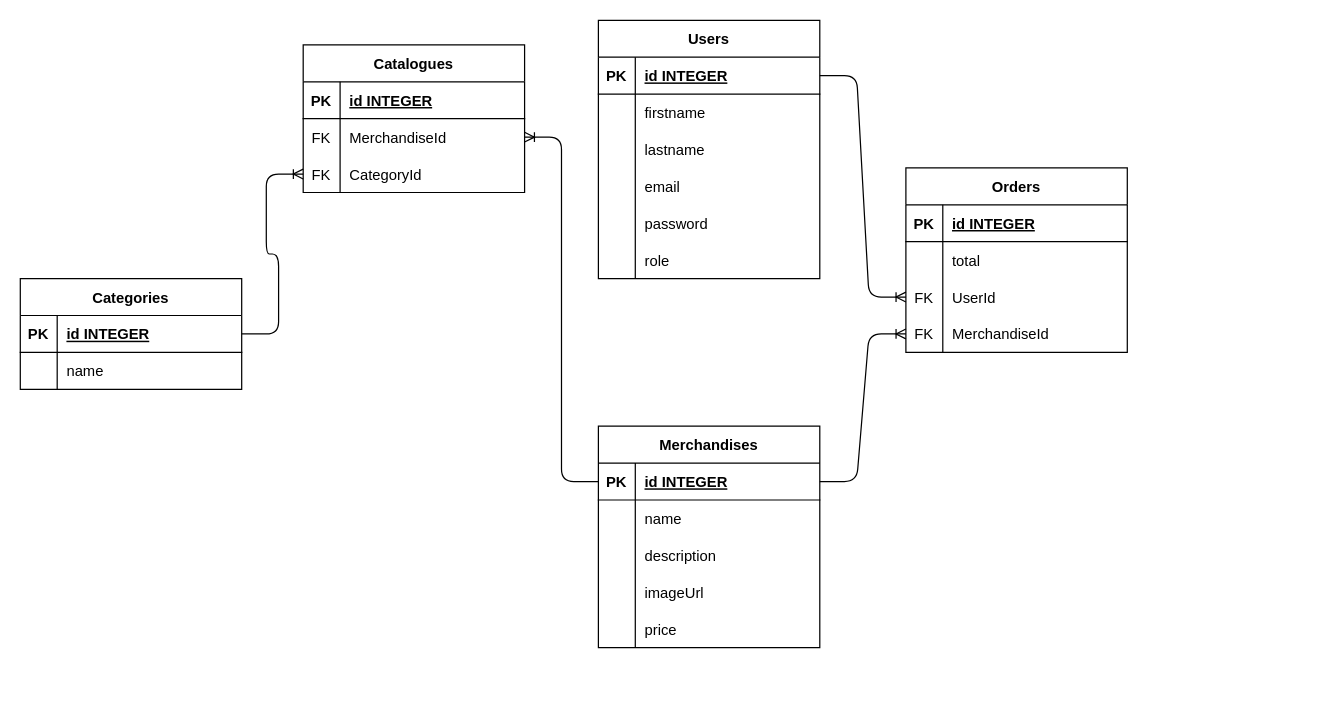
Above: server/ERD.drawio in Rifandye/Manchester-United-Website-Clone (draw.io), before the change. Source tidied: cells renumbered, new cells numbered last; positions are measured from the earlier drawing's top-left corner, leaving out a move shared by most shapes. Both pictures are drawn from the tidied source at 123%, with x=0, y=0 at pixel (20, 20).
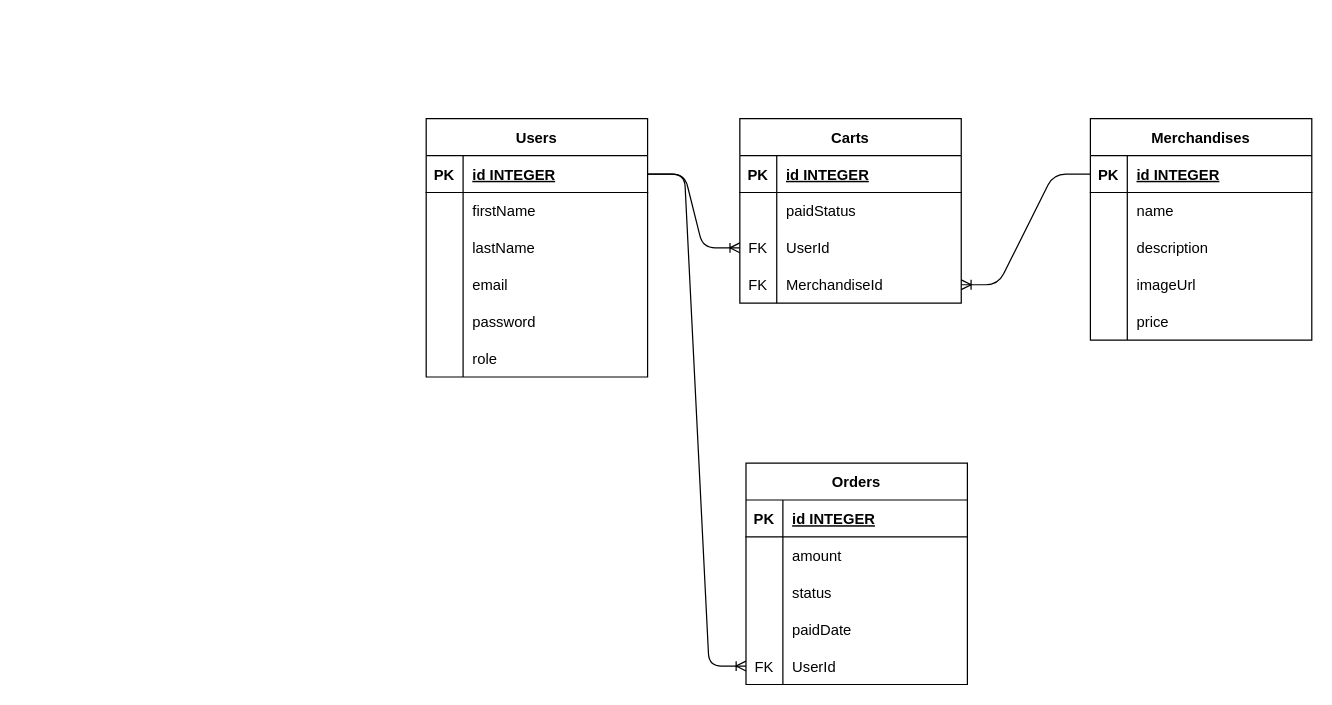
Above is the later version.

The change refers to these unchanged cells:
```xml
<mxCell id="3" style="shape=tableRow;horizontal=0;startSize=0;swimlaneHead=0;swimlaneBody=0;fillColor=none;points=[[0,0.5],[1,0.5]];portConstraint=eastwest;top=0;left=0;right=0;bottom=1;" parent="2" vertex="1">
  <mxGeometry y="30" width="180" height="30" as="geometry" />
</mxCell>
<mxCell id="6" style="shape=tableRow;horizontal=0;startSize=0;swimlaneHead=0;swimlaneBody=0;fillColor=none;top=0;left=0;right=0;bottom=0;" parent="2" vertex="1">
  <mxGeometry y="60" width="180" height="30" as="geometry" />
</mxCell>
<mxCell id="9" style="shape=tableRow;horizontal=0;startSize=0;swimlaneHead=0;swimlaneBody=0;fillColor=none;top=0;left=0;right=0;bottom=0;" parent="2" vertex="1">
  <mxGeometry y="90" width="180" height="30" as="geometry" />
</mxCell>
<mxCell id="22" style="shape=tableRow;horizontal=0;startSize=0;swimlaneHead=0;swimlaneBody=0;fillColor=none;points=[[0,0.5],[1,0.5]];portConstraint=eastwest;top=0;left=0;right=0;bottom=1;" parent="21" vertex="1">
  <mxGeometry y="30" width="180" height="30" as="geometry" />
</mxCell>
```

The edit, as a diff of the source:
```diff
@@
     <mxCell id="2" value="Users" style="shape=table;startSize=30;childLayout=tableLayout;rowLines=0;fontStyle=1;align=center;" parent="1" vertex="1">
-      <mxGeometry x="470" width="180" height="210" as="geometry" />
+      <mxGeometry x="330" y="80" width="180" height="210" as="geometry" />
     </mxCell>
@@
-    <mxCell id="8" value="firstname" style="shape=partialRectangle;fillColor=none;top=0;left=0;bottom=0;right=0;align=left;spacingLeft=6;overflow=hidden;" parent="6" vertex="1">
+    <mxCell id="8" value="firstName" style="shape=partialRectangle;fillColor=none;top=0;left=0;bottom=0;right=0;align=left;spacingLeft=6;overflow=hidden;" parent="6" vertex="1">
       <mxGeometry x="30" width="150" height="30" as="geometry" />
     </mxCell>
@@
-    <mxCell id="11" value="lastname" style="shape=partialRectangle;fillColor=none;top=0;left=0;bottom=0;right=0;align=left;spacingLeft=6;overflow=hidden;" parent="9" vertex="1">
+    <mxCell id="11" value="lastName" style="shape=partialRectangle;fillColor=none;top=0;left=0;bottom=0;right=0;align=left;spacingLeft=6;overflow=hidden;" parent="9" vertex="1">
       <mxGeometry x="30" width="150" height="30" as="geometry" />
     </mxCell>
@@
     <mxCell id="21" value="Merchandises" style="shape=table;startSize=30;childLayout=tableLayout;rowLines=0;fontStyle=1;align=center;" parent="1" vertex="1">
-      <mxGeometry x="470" y="330" width="180" height="180" as="geometry" />
+      <mxGeometry x="870" y="80" width="180" height="180" as="geometry" />
     </mxCell>
@@
+    <mxCell id="71" value="Carts" style="shape=table;startSize=30;childLayout=tableLayout;rowLines=0;fontStyle=1;align=center;" parent="1" vertex="1">
+      <mxGeometry x="585" y="80" width="180" height="150" as="geometry" />
+    </mxCell>
+    <mxCell id="72" style="shape=tableRow;horizontal=0;startSize=0;swimlaneHead=0;swimlaneBody=0;fillColor=none;top=0;left=0;right=0;bottom=1;" parent="71" vertex="1">
+      <mxGeometry y="30" width="180" height="30" as="geometry" />
+    </mxCell>
+    <mxCell id="73" value="PK" style="shape=partialRectangle;fillColor=none;top=0;left=0;bottom=0;right=0;fontStyle=1;overflow=hidden;" parent="72" vertex="1">
+      <mxGeometry width="30" height="30" as="geometry" />
+    </mxCell>
-    <mxCell id="37" value="Categories" style="shape=table;startSize=30;childLayout=tableLayout;rowLines=0;fontStyle=1;align=center;" parent="1" vertex="1">
-      <mxGeometry y="210" width="180" height="90" as="geometry" />
+    <mxCell id="37" value="id INTEGER" style="shape=partialRectangle;fillColor=none;top=0;left=0;bottom=0;right=0;align=left;spacingLeft=6;fontStyle=5;overflow=hidden;" parent="72" vertex="1">
+      <mxGeometry x="30" width="150" height="30" as="geometry" />
     </mxCell>
-    <mxCell id="38" style="shape=tableRow;horizontal=0;startSize=0;swimlaneHead=0;swimlaneBody=0;fillColor=none;points=[[0,0.5],[1,0.5]];portConstraint=eastwest;top=0;left=0;right=0;bottom=1;" parent="37" vertex="1">
-      <mxGeometry y="30" width="180" height="30" as="geometry" />
+    <mxCell id="38" style="shape=tableRow;horizontal=0;startSize=0;swimlaneHead=0;swimlaneBody=0;fillColor=none;points=[[0,0.5],[1,0.5]];portConstraint=eastwest;top=0;left=0;right=0;bottom=0;" parent="71" vertex="1">
+      <mxGeometry y="60" width="180" height="30" as="geometry" />
     </mxCell>
-    <mxCell id="39" value="PK" style="shape=partialRectangle;fillColor=none;top=0;left=0;bottom=0;right=0;fontStyle=1;overflow=hidden;" parent="38" vertex="1">
+    <mxCell id="39" style="shape=partialRectangle;fillColor=none;top=0;left=0;bottom=0;right=0;overflow=hidden;" parent="38" vertex="1">
       <mxGeometry width="30" height="30" as="geometry" />
     </mxCell>
-    <mxCell id="40" value="id INTEGER" style="shape=partialRectangle;fillColor=none;top=0;left=0;bottom=0;right=0;align=left;spacingLeft=6;fontStyle=5;overflow=hidden;" parent="38" vertex="1">
+    <mxCell id="40" value="paidStatus" style="shape=partialRectangle;fillColor=none;top=0;left=0;bottom=0;right=0;align=left;spacingLeft=6;overflow=hidden;" parent="38" vertex="1">
       <mxGeometry x="30" width="150" height="30" as="geometry" />
     </mxCell>
+    <mxCell id="66" style="shape=tableRow;horizontal=0;startSize=0;swimlaneHead=0;swimlaneBody=0;fillColor=none;points=[[0,0.5],[1,0.5]];portConstraint=eastwest;top=0;left=0;right=0;bottom=0;" parent="71" vertex="1">
+      <mxGeometry y="90" width="180" height="30" as="geometry" />
+    </mxCell>
+    <mxCell id="74" value="FK" style="shape=partialRectangle;fillColor=none;top=0;left=0;bottom=0;right=0;overflow=hidden;" parent="66" vertex="1">
+      <mxGeometry width="30" height="30" as="geometry" />
+    </mxCell>
+    <mxCell id="75" value="UserId" style="shape=partialRectangle;fillColor=none;top=0;left=0;bottom=0;right=0;align=left;spacingLeft=6;overflow=hidden;" parent="66" vertex="1">
+      <mxGeometry x="30" width="150" height="30" as="geometry" />
+    </mxCell>
-    <mxCell id="41" style="shape=tableRow;horizontal=0;startSize=0;swimlaneHead=0;swimlaneBody=0;fillColor=none;points=[[0,0.5],[1,0.5]];portConstraint=eastwest;top=0;left=0;right=0;bottom=0;" parent="37" vertex="1">
-      <mxGeometry y="60" width="180" height="30" as="geometry" />
+    <mxCell id="41" style="shape=tableRow;horizontal=0;startSize=0;swimlaneHead=0;swimlaneBody=0;fillColor=none;points=[[0,0.5],[1,0.5]];portConstraint=eastwest;top=0;left=0;right=0;bottom=0;" parent="71" vertex="1">
+      <mxGeometry y="120" width="180" height="30" as="geometry" />
     </mxCell>
-    <mxCell id="42" style="shape=partialRectangle;fillColor=none;top=0;left=0;bottom=0;right=0;overflow=hidden;" parent="41" vertex="1">
+    <mxCell id="42" value="FK" style="shape=partialRectangle;fillColor=none;top=0;left=0;bottom=0;right=0;overflow=hidden;" parent="41" vertex="1">
       <mxGeometry width="30" height="30" as="geometry" />
     </mxCell>
-    <mxCell id="43" value="name" style="shape=partialRectangle;fillColor=none;top=0;left=0;bottom=0;right=0;align=left;spacingLeft=6;overflow=hidden;" parent="41" vertex="1">
+    <mxCell id="43" value="MerchandiseId" style="shape=partialRectangle;fillColor=none;top=0;left=0;bottom=0;right=0;align=left;spacingLeft=6;overflow=hidden;" parent="41" vertex="1">
       <mxGeometry x="30" width="150" height="30" as="geometry" />
     </mxCell>
-    <mxCell id="44" value="Orders" style="shape=table;startSize=30;childLayout=tableLayout;rowLines=0;fontStyle=1;align=center;" parent="1" vertex="1">
-      <mxGeometry x="720" y="120" width="180" height="150" as="geometry" />
+    <mxCell id="44" style="edgeStyle=entityRelationEdgeStyle;fontSize=12;html=1;endArrow=ERoneToMany;exitX=1;exitY=0.5;exitDx=0;exitDy=0;" parent="1" edge="1" source="3" target="66">
+      <mxGeometry relative="1" as="geometry" />
     </mxCell>
-    <mxCell id="45" style="shape=tableRow;horizontal=0;startSize=0;swimlaneHead=0;swimlaneBody=0;fillColor=none;top=0;left=0;right=0;bottom=1;" parent="44" vertex="1">
-      <mxGeometry y="30" width="180" height="30" as="geometry" />
+    <mxCell id="45" style="edgeStyle=entityRelationEdgeStyle;fontSize=12;html=1;endArrow=ERoneToMany;exitX=0;exitY=0.5;exitDx=0;exitDy=0;entryX=1;entryY=0.5;entryDx=0;entryDy=0;" parent="1" edge="1" source="22" target="41">
+      <mxGeometry relative="1" as="geometry" />
     </mxCell>
-    <mxCell id="46" value="PK" style="shape=partialRectangle;fillColor=none;top=0;left=0;bottom=0;right=0;fontStyle=1;overflow=hidden;" parent="45" vertex="1">
-      <mxGeometry width="30" height="30" as="geometry" />
+    <mxCell id="46" value="Orders" style="shape=table;startSize=30;childLayout=tableLayout;rowLines=0;fontStyle=1;align=center;" parent="1" vertex="1">
+      <mxGeometry x="590" y="360" width="180" height="180" as="geometry" />
     </mxCell>
-    <mxCell id="47" value="id INTEGER" style="shape=partialRectangle;fillColor=none;top=0;left=0;bottom=0;right=0;align=left;spacingLeft=6;fontStyle=5;overflow=hidden;" parent="45" vertex="1">
-      <mxGeometry x="30" width="150" height="30" as="geometry" />
+    <mxCell id="47" style="shape=tableRow;horizontal=0;startSize=0;swimlaneHead=0;swimlaneBody=0;fillColor=none;top=0;left=0;right=0;bottom=1;" parent="46" vertex="1">
+      <mxGeometry y="30" width="180" height="30" as="geometry" />
     </mxCell>
-    <mxCell id="48" style="shape=tableRow;horizontal=0;startSize=0;swimlaneHead=0;swimlaneBody=0;fillColor=none;top=0;left=0;right=0;bottom=0;" parent="44" vertex="1">
-      <mxGeometry y="60" width="180" height="30" as="geometry" />
-    </mxCell>
-    <mxCell id="49" style="shape=partialRectangle;fillColor=none;top=0;left=0;bottom=0;right=0;overflow=hidden;" parent="48" vertex="1">
-      <mxGeometry width="30" height="30" as="geometry" />
-    </mxCell>
-    <mxCell id="50" value="total" style="shape=partialRectangle;fillColor=none;top=0;left=0;bottom=0;right=0;align=left;spacingLeft=6;overflow=hidden;" parent="48" vertex="1">
-      <mxGeometry x="30" width="150" height="30" as="geometry" />
-    </mxCell>
-    <mxCell id="51" style="shape=tableRow;horizontal=0;startSize=0;swimlaneHead=0;swimlaneBody=0;fillColor=none;points=[[0,0.5],[1,0.5]];portConstraint=eastwest;top=0;left=0;right=0;bottom=0;" parent="44" vertex="1">
-      <mxGeometry y="90" width="180" height="30" as="geometry" />
+    <mxCell id="51" value="PK" style="shape=partialRectangle;fillColor=none;top=0;left=0;bottom=0;right=0;fontStyle=1;overflow=hidden;" parent="47" vertex="1">
+      <mxGeometry width="30" height="30" as="geometry" />
     </mxCell>
-    <mxCell id="52" value="FK" style="shape=partialRectangle;fillColor=none;top=0;left=0;bottom=0;right=0;overflow=hidden;" parent="51" vertex="1">
-      <mxGeometry width="30" height="30" as="geometry" />
+    <mxCell id="52" value="id INTEGER" style="shape=partialRectangle;fillColor=none;top=0;left=0;bottom=0;right=0;align=left;spacingLeft=6;fontStyle=5;overflow=hidden;" parent="47" vertex="1">
+      <mxGeometry x="30" width="150" height="30" as="geometry" />
     </mxCell>
-    <mxCell id="53" value="UserId" style="shape=partialRectangle;fillColor=none;top=0;left=0;bottom=0;right=0;align=left;spacingLeft=6;overflow=hidden;" parent="51" vertex="1">
-      <mxGeometry x="30" width="150" height="30" as="geometry" />
+    <mxCell id="53" style="shape=tableRow;horizontal=0;startSize=0;swimlaneHead=0;swimlaneBody=0;fillColor=none;top=0;left=0;right=0;bottom=0;" parent="46" vertex="1">
+      <mxGeometry y="60" width="180" height="30" as="geometry" />
     </mxCell>
-    <mxCell id="54" style="shape=tableRow;horizontal=0;startSize=0;swimlaneHead=0;swimlaneBody=0;fillColor=none;points=[[0,0.5],[1,0.5]];portConstraint=eastwest;top=0;left=0;right=0;bottom=0;" parent="44" vertex="1">
-      <mxGeometry y="120" width="180" height="30" as="geometry" />
+    <mxCell id="54" style="shape=partialRectangle;fillColor=none;top=0;left=0;bottom=0;right=0;overflow=hidden;" parent="53" vertex="1">
+      <mxGeometry width="30" height="30" as="geometry" />
     </mxCell>
-    <mxCell id="55" value="FK" style="shape=partialRectangle;fillColor=none;top=0;left=0;bottom=0;right=0;overflow=hidden;" parent="54" vertex="1">
-      <mxGeometry width="30" height="30" as="geometry" />
+    <mxCell id="55" value="amount" style="shape=partialRectangle;fillColor=none;top=0;left=0;bottom=0;right=0;align=left;spacingLeft=6;overflow=hidden;" parent="53" vertex="1">
+      <mxGeometry x="30" width="150" height="30" as="geometry" />
     </mxCell>
-    <mxCell id="56" value="MerchandiseId" style="shape=partialRectangle;fillColor=none;top=0;left=0;bottom=0;right=0;align=left;spacingLeft=6;overflow=hidden;" parent="54" vertex="1">
-      <mxGeometry x="30" width="150" height="30" as="geometry" />
-    </mxCell>
+    <mxCell id="50" style="shape=tableRow;horizontal=0;startSize=0;swimlaneHead=0;swimlaneBody=0;fillColor=none;top=0;left=0;right=0;bottom=0;" parent="46" vertex="1">
+      <mxGeometry y="90" width="180" height="30" as="geometry" />
+    </mxCell>
-    <mxCell id="57" style="edgeStyle=entityRelationEdgeStyle;fontSize=12;html=1;endArrow=ERoneToMany;exitX=1;exitY=0.5;exitDx=0;exitDy=0;entryX=0;entryY=0.5;entryDx=0;entryDy=0;" parent="1" edge="1" source="3" target="51">
-      <mxGeometry relative="1" as="geometry" />
+    <mxCell id="57" style="shape=partialRectangle;fillColor=none;top=0;left=0;bottom=0;right=0;overflow=hidden;" parent="50" vertex="1">
+      <mxGeometry width="30" height="30" as="geometry" />
     </mxCell>
-    <mxCell id="58" style="edgeStyle=entityRelationEdgeStyle;fontSize=12;html=1;endArrow=ERoneToMany;exitX=1;exitY=0.5;exitDx=0;exitDy=0;" parent="1" edge="1" source="22" target="54">
-      <mxGeometry relative="1" as="geometry" />
+    <mxCell id="58" value="status" style="shape=partialRectangle;fillColor=none;top=0;left=0;bottom=0;right=0;align=left;spacingLeft=6;overflow=hidden;" parent="50" vertex="1">
+      <mxGeometry x="30" width="150" height="30" as="geometry" />
     </mxCell>
+    <mxCell id="56" style="shape=tableRow;horizontal=0;startSize=0;swimlaneHead=0;swimlaneBody=0;fillColor=none;top=0;left=0;right=0;bottom=0;" parent="46" vertex="1">
+      <mxGeometry y="120" width="180" height="30" as="geometry" />
+    </mxCell>
+    <mxCell id="48" style="shape=partialRectangle;fillColor=none;top=0;left=0;bottom=0;right=0;overflow=hidden;" parent="56" vertex="1">
+      <mxGeometry width="30" height="30" as="geometry" />
+    </mxCell>
+    <mxCell id="49" value="paidDate" style="shape=partialRectangle;fillColor=none;top=0;left=0;bottom=0;right=0;align=left;spacingLeft=6;overflow=hidden;" parent="56" vertex="1">
+      <mxGeometry x="30" width="150" height="30" as="geometry" />
+    </mxCell>
-    <mxCell id="59" value="Catalogues" style="shape=table;startSize=30;childLayout=tableLayout;rowLines=0;fontStyle=1;align=center;" parent="1" vertex="1">
-      <mxGeometry x="230" y="20" width="180" height="120" as="geometry" />
+    <mxCell id="59" style="shape=tableRow;horizontal=0;startSize=0;swimlaneHead=0;swimlaneBody=0;fillColor=none;points=[[0,0.5],[1,0.5]];portConstraint=eastwest;top=0;left=0;right=0;bottom=0;" parent="46" vertex="1">
+      <mxGeometry y="150" width="180" height="30" as="geometry" />
     </mxCell>
-    <mxCell id="60" style="shape=tableRow;horizontal=0;startSize=0;swimlaneHead=0;swimlaneBody=0;fillColor=none;top=0;left=0;right=0;bottom=1;" parent="59" vertex="1">
-      <mxGeometry y="30" width="180" height="30" as="geometry" />
+    <mxCell id="60" value="FK" style="shape=partialRectangle;fillColor=none;top=0;left=0;bottom=0;right=0;overflow=hidden;" parent="59" vertex="1">
+      <mxGeometry width="30" height="30" as="geometry" />
     </mxCell>
-    <mxCell id="61" value="PK" style="shape=partialRectangle;fillColor=none;top=0;left=0;bottom=0;right=0;fontStyle=1;overflow=hidden;" parent="60" vertex="1">
-      <mxGeometry width="30" height="30" as="geometry" />
+    <mxCell id="61" value="UserId" style="shape=partialRectangle;fillColor=none;top=0;left=0;bottom=0;right=0;align=left;spacingLeft=6;overflow=hidden;" parent="59" vertex="1">
+      <mxGeometry x="30" width="150" height="30" as="geometry" />
     </mxCell>
-    <mxCell id="62" value="id INTEGER" style="shape=partialRectangle;fillColor=none;top=0;left=0;bottom=0;right=0;align=left;spacingLeft=6;fontStyle=5;overflow=hidden;" parent="60" vertex="1">
-      <mxGeometry x="30" width="150" height="30" as="geometry" />
+    <mxCell id="62" style="edgeStyle=entityRelationEdgeStyle;fontSize=12;html=1;endArrow=ERoneToMany;exitX=1;exitY=0.5;exitDx=0;exitDy=0;" parent="1" edge="1" source="3" target="59">
+      <mxGeometry relative="1" as="geometry" />
     </mxCell>
-    <mxCell id="63" style="shape=tableRow;horizontal=0;startSize=0;swimlaneHead=0;swimlaneBody=0;fillColor=none;points=[[0,0.5],[1,0.5]];portConstraint=eastwest;top=0;left=0;right=0;bottom=0;" parent="59" vertex="1">
-      <mxGeometry y="60" width="180" height="30" as="geometry" />
-    </mxCell>
-    <mxCell id="64" value="FK" style="shape=partialRectangle;fillColor=none;top=0;left=0;bottom=0;right=0;overflow=hidden;" parent="63" vertex="1">
-      <mxGeometry width="30" height="30" as="geometry" />
-    </mxCell>
-    <mxCell id="65" value="MerchandiseId" style="shape=partialRectangle;fillColor=none;top=0;left=0;bottom=0;right=0;align=left;spacingLeft=6;overflow=hidden;" parent="63" vertex="1">
-      <mxGeometry x="30" width="150" height="30" as="geometry" />
-    </mxCell>
-    <mxCell id="66" style="shape=tableRow;horizontal=0;startSize=0;swimlaneHead=0;swimlaneBody=0;fillColor=none;points=[[0,0.5],[1,0.5]];portConstraint=eastwest;top=0;left=0;right=0;bottom=0;" parent="59" vertex="1">
-      <mxGeometry y="90" width="180" height="30" as="geometry" />
-    </mxCell>
-    <mxCell id="67" value="FK" style="shape=partialRectangle;fillColor=none;top=0;left=0;bottom=0;right=0;overflow=hidden;" parent="66" vertex="1">
-      <mxGeometry width="30" height="30" as="geometry" />
-    </mxCell>
-    <mxCell id="68" value="CategoryId" style="shape=partialRectangle;fillColor=none;top=0;left=0;bottom=0;right=0;align=left;spacingLeft=6;overflow=hidden;" parent="66" vertex="1">
-      <mxGeometry x="30" width="150" height="30" as="geometry" />
-    </mxCell>
-    <mxCell id="69" style="edgeStyle=entityRelationEdgeStyle;fontSize=12;html=1;endArrow=ERoneToMany;entryX=1;entryY=0.5;entryDx=0;entryDy=0;" parent="1" edge="1" source="22" target="63">
-      <mxGeometry relative="1" as="geometry" />
-    </mxCell>
-    <mxCell id="70" style="edgeStyle=entityRelationEdgeStyle;fontSize=12;html=1;endArrow=ERoneToMany;entryX=0;entryY=0.5;entryDx=0;entryDy=0;exitX=1;exitY=0.5;exitDx=0;exitDy=0;" parent="1" edge="1" source="38" target="66">
-      <mxGeometry relative="1" as="geometry" />
-    </mxCell>
```
